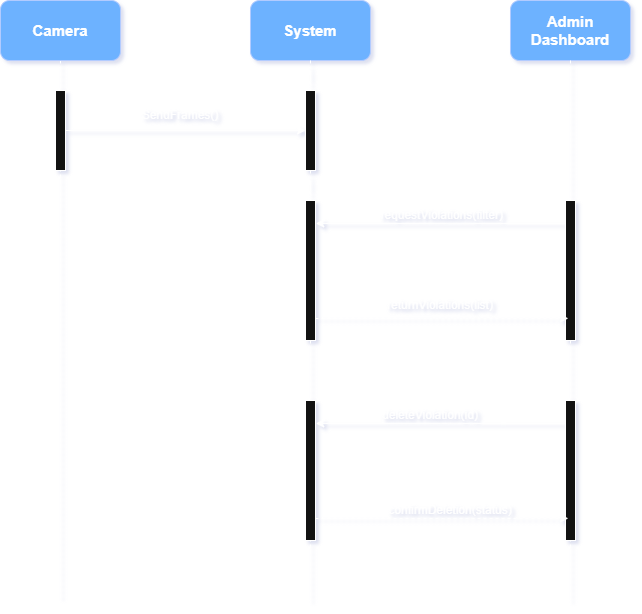
Earlier version of the draw.io export System Sequence Diagram SSD.png (safe-ride-AI/unsafe-passenger-detection). Source tidied: cells renumbered, new cells last; positions are measured from the earlier drawing's top-left corner, leaving out a move shared by most shapes. Source of this version:
```xml
<mxGraphModel>
  <root>
    <mxCell id="0" />
    <mxCell id="1" parent="0" />
    <mxCell id="2" style="edgeStyle=orthogonalEdgeStyle;rounded=0;jettySize=auto;html=1;dashed=1;endArrow=none;endFill=0;" parent="1" edge="1" source="3">
      <mxGeometry relative="1" as="geometry">
        <mxPoint x="60" y="600" as="targetPoint" />
      </mxGeometry>
    </mxCell>
    <mxCell id="3" value="&lt;b&gt;&lt;font style=&quot;color: light-dark(rgb(0, 0, 0), rgb(255, 255, 255)); font-size: 15px;&quot;&gt;Camera&lt;/font&gt;&lt;/b&gt;" style="rounded=1;whiteSpace=wrap;html=1;fillColor=#0050ef;fontColor=#ffffff;strokeColor=#001DBC;" parent="1" vertex="1">
      <mxGeometry width="120" height="60" as="geometry" />
    </mxCell>
    <mxCell id="4" value="&lt;b&gt;&lt;font style=&quot;color: light-dark(rgb(0, 0, 0), rgb(255, 255, 255)); font-size: 15px;&quot;&gt;System&lt;/font&gt;&lt;/b&gt;" style="rounded=1;whiteSpace=wrap;html=1;fillColor=#0050ef;fontColor=#ffffff;strokeColor=#001DBC;" parent="1" vertex="1">
      <mxGeometry x="250" width="120" height="60" as="geometry" />
    </mxCell>
    <mxCell id="5" style="edgeStyle=orthogonalEdgeStyle;rounded=0;jettySize=auto;html=1;dashed=1;endArrow=none;endFill=0;" parent="1" edge="1" source="16">
      <mxGeometry relative="1" as="geometry">
        <mxPoint x="310" y="600" as="targetPoint" />
      </mxGeometry>
    </mxCell>
    <mxCell id="6" value="&lt;b&gt;&lt;font style=&quot;color: light-dark(rgb(0, 0, 0), rgb(255, 255, 255)); font-size: 15px;&quot;&gt;Admin Dashboard&lt;/font&gt;&lt;/b&gt;" style="rounded=1;whiteSpace=wrap;html=1;fillColor=#0050ef;fontColor=#ffffff;strokeColor=#001DBC;" parent="1" vertex="1">
      <mxGeometry x="510" width="120" height="60" as="geometry" />
    </mxCell>
    <mxCell id="7" style="edgeStyle=orthogonalEdgeStyle;rounded=0;jettySize=auto;html=1;dashed=1;endArrow=none;endFill=0;" parent="1" edge="1" source="14">
      <mxGeometry relative="1" as="geometry">
        <mxPoint x="570" y="600" as="targetPoint" />
      </mxGeometry>
    </mxCell>
    <mxCell id="8" style="edgeStyle=orthogonalEdgeStyle;rounded=0;jettySize=auto;html=1;entryX=0;entryY=0.5;entryDx=0;entryDy=0;" parent="1" edge="1" source="9" target="11">
      <mxGeometry relative="1" as="geometry" />
    </mxCell>
    <mxCell id="9" style="rounded=0;whiteSpace=wrap;html=1;" parent="1" vertex="1">
      <mxGeometry x="55" y="90" width="10" height="80" as="geometry" />
    </mxCell>
    <mxCell id="10" style="edgeStyle=orthogonalEdgeStyle;rounded=0;jettySize=auto;html=1;dashed=1;endArrow=none;endFill=0;" parent="1" edge="1" source="4" target="11">
      <mxGeometry relative="1" as="geometry" />
    </mxCell>
    <mxCell id="11" style="rounded=0;whiteSpace=wrap;html=1;" parent="1" vertex="1">
      <mxGeometry x="305" y="90" width="10" height="80" as="geometry" />
    </mxCell>
    <mxCell id="12" value="SendFrames()" style="text;html=1;whiteSpace=wrap;strokeColor=none;fillColor=none;align=center;verticalAlign=middle;rounded=0;" parent="1" vertex="1">
      <mxGeometry x="150" y="100" width="60" height="30" as="geometry" />
    </mxCell>
    <mxCell id="13" style="edgeStyle=orthogonalEdgeStyle;rounded=0;jettySize=auto;html=1;dashed=1;endArrow=none;endFill=0;" parent="1" edge="1" source="6" target="14">
      <mxGeometry relative="1" as="geometry" />
    </mxCell>
    <mxCell id="14" style="rounded=0;whiteSpace=wrap;html=1;" parent="1" vertex="1">
      <mxGeometry x="565" y="200" width="10" height="140" as="geometry" />
    </mxCell>
    <mxCell id="15" style="edgeStyle=orthogonalEdgeStyle;rounded=0;jettySize=auto;html=1;dashed=1;endArrow=none;endFill=0;" parent="1" edge="1" source="11" target="16">
      <mxGeometry relative="1" as="geometry" />
    </mxCell>
    <mxCell id="16" style="rounded=0;whiteSpace=wrap;html=1;" parent="1" vertex="1">
      <mxGeometry x="305" y="200" width="10" height="140" as="geometry" />
    </mxCell>
    <mxCell id="17" style="edgeStyle=orthogonalEdgeStyle;rounded=0;jettySize=auto;html=1;entryX=1.029;entryY=0.164;entryDx=0;entryDy=0;entryPerimeter=0;" parent="1" edge="1" source="14" target="16">
      <mxGeometry relative="1" as="geometry">
        <Array as="points">
          <mxPoint x="500" y="223" />
          <mxPoint x="500" y="223" />
        </Array>
      </mxGeometry>
    </mxCell>
    <mxCell id="18" value="&amp;nbsp;requestViolations(filter)" style="text;html=1;whiteSpace=wrap;strokeColor=none;fillColor=none;align=center;verticalAlign=middle;rounded=0;" parent="1" vertex="1">
      <mxGeometry x="410" y="200" width="60" height="30" as="geometry" />
    </mxCell>
    <mxCell id="19" style="edgeStyle=orthogonalEdgeStyle;rounded=0;jettySize=auto;html=1;entryX=0.286;entryY=0.842;entryDx=0;entryDy=0;entryPerimeter=0;dashed=1;" parent="1" edge="1" source="16" target="14">
      <mxGeometry relative="1" as="geometry">
        <Array as="points">
          <mxPoint x="390" y="318" />
          <mxPoint x="390" y="318" />
        </Array>
      </mxGeometry>
    </mxCell>
    <mxCell id="20" value="returnViolations(list)" style="text;html=1;whiteSpace=wrap;strokeColor=none;fillColor=none;align=center;verticalAlign=middle;rounded=0;" parent="1" vertex="1">
      <mxGeometry x="410" y="290" width="60" height="30" as="geometry" />
    </mxCell>
    <mxCell id="21" style="rounded=0;whiteSpace=wrap;html=1;" parent="1" vertex="1">
      <mxGeometry x="565" y="400" width="10" height="140" as="geometry" />
    </mxCell>
    <mxCell id="22" style="rounded=0;whiteSpace=wrap;html=1;" parent="1" vertex="1">
      <mxGeometry x="305" y="400" width="10" height="140" as="geometry" />
    </mxCell>
    <mxCell id="23" style="edgeStyle=orthogonalEdgeStyle;rounded=0;jettySize=auto;html=1;entryX=1.029;entryY=0.164;entryDx=0;entryDy=0;entryPerimeter=0;" parent="1" edge="1" source="21" target="22">
      <mxGeometry relative="1" as="geometry">
        <Array as="points">
          <mxPoint x="500" y="423" />
          <mxPoint x="500" y="423" />
        </Array>
      </mxGeometry>
    </mxCell>
    <mxCell id="24" style="edgeStyle=orthogonalEdgeStyle;rounded=0;jettySize=auto;html=1;entryX=0.286;entryY=0.842;entryDx=0;entryDy=0;entryPerimeter=0;dashed=1;" parent="1" edge="1" source="22" target="21">
      <mxGeometry relative="1" as="geometry">
        <Array as="points">
          <mxPoint x="390" y="518" />
          <mxPoint x="390" y="518" />
        </Array>
      </mxGeometry>
    </mxCell>
    <mxCell id="25" value="deleteViolation(id)" style="text;html=1;whiteSpace=wrap;strokeColor=none;fillColor=none;align=center;verticalAlign=middle;rounded=0;" parent="1" vertex="1">
      <mxGeometry x="400" y="400" width="60" height="30" as="geometry" />
    </mxCell>
    <mxCell id="26" value="confirmDeletion(status)" style="text;html=1;whiteSpace=wrap;strokeColor=none;fillColor=none;align=center;verticalAlign=middle;rounded=0;" parent="1" vertex="1">
      <mxGeometry x="420" y="495" width="60" height="30" as="geometry" />
    </mxCell>
  </root>
</mxGraphModel>
```
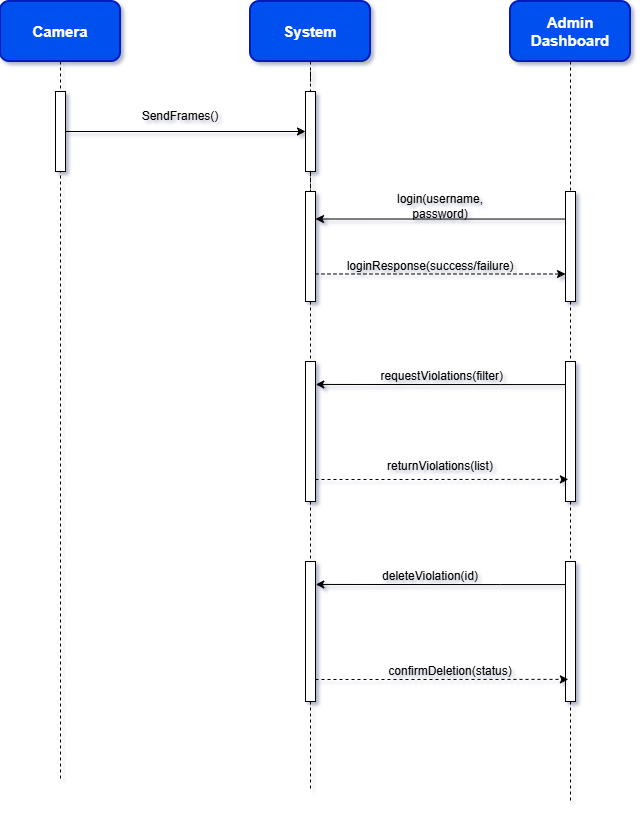
After the commit.

Commit message:
Functional Requirements Updated so Use Case Diagram Also Updated and also System Sequence Diagram SSD and also Sequence Diagram

What changed in the source:
```diff
@@ -2,58 +2,58 @@
   <root>
     <mxCell id="0" />
     <mxCell id="1" parent="0" />
-    <mxCell id="2" style="edgeStyle=orthogonalEdgeStyle;rounded=0;jettySize=auto;html=1;dashed=1;endArrow=none;endFill=0;" parent="1" edge="1" source="3">
+    <mxCell id="2" style="edgeStyle=orthogonalEdgeStyle;rounded=0;jettySize=auto;html=1;dashed=1;endArrow=none;endFill=0;strokeColor=light-dark(#000000,#000000);" parent="1" edge="1" source="3">
       <mxGeometry relative="1" as="geometry">
-        <mxPoint x="60" y="600" as="targetPoint" />
+        <mxPoint x="60" y="620" as="targetPoint" />
       </mxGeometry>
     </mxCell>
-    <mxCell id="3" value="&lt;b&gt;&lt;font style=&quot;color: light-dark(rgb(0, 0, 0), rgb(255, 255, 255)); font-size: 15px;&quot;&gt;Camera&lt;/font&gt;&lt;/b&gt;" style="rounded=1;whiteSpace=wrap;html=1;fillColor=#0050ef;fontColor=#ffffff;strokeColor=#001DBC;" parent="1" vertex="1">
-      <mxGeometry width="120" height="60" as="geometry" />
+    <mxCell id="3" value="&lt;b&gt;&lt;font style=&quot;font-size: 15px;&quot;&gt;Camera&lt;/font&gt;&lt;/b&gt;" style="rounded=1;whiteSpace=wrap;html=1;fillColor=light-dark(#0050EF,#CC99FF);fontColor=light-dark(#FFFFFF,#000000);strokeColor=light-dark(#001DBC,#9933FF);strokeWidth=2;" parent="1" vertex="1">
+      <mxGeometry y="-160" width="120" height="60" as="geometry" />
     </mxCell>
-    <mxCell id="4" value="&lt;b&gt;&lt;font style=&quot;color: light-dark(rgb(0, 0, 0), rgb(255, 255, 255)); font-size: 15px;&quot;&gt;System&lt;/font&gt;&lt;/b&gt;" style="rounded=1;whiteSpace=wrap;html=1;fillColor=#0050ef;fontColor=#ffffff;strokeColor=#001DBC;" parent="1" vertex="1">
-      <mxGeometry x="250" width="120" height="60" as="geometry" />
+    <mxCell id="4" value="&lt;b&gt;&lt;font style=&quot;font-size: 15px;&quot;&gt;System&lt;/font&gt;&lt;/b&gt;" style="rounded=1;whiteSpace=wrap;html=1;fillColor=light-dark(#0050EF,#CC99FF);fontColor=light-dark(#FFFFFF,#000000);strokeColor=light-dark(#001DBC,#9933FF);strokeWidth=2;" parent="1" vertex="1">
+      <mxGeometry x="250" y="-160" width="120" height="60" as="geometry" />
     </mxCell>
-    <mxCell id="5" style="edgeStyle=orthogonalEdgeStyle;rounded=0;jettySize=auto;html=1;dashed=1;endArrow=none;endFill=0;" parent="1" edge="1" source="16">
+    <mxCell id="5" style="edgeStyle=orthogonalEdgeStyle;rounded=0;jettySize=auto;html=1;dashed=1;endArrow=none;endFill=0;strokeColor=light-dark(#000000,#000000);" parent="1" edge="1" source="16">
       <mxGeometry relative="1" as="geometry">
-        <mxPoint x="310" y="600" as="targetPoint" />
+        <mxPoint x="310" y="440" as="targetPoint" />
       </mxGeometry>
     </mxCell>
-    <mxCell id="6" value="&lt;b&gt;&lt;font style=&quot;color: light-dark(rgb(0, 0, 0), rgb(255, 255, 255)); font-size: 15px;&quot;&gt;Admin Dashboard&lt;/font&gt;&lt;/b&gt;" style="rounded=1;whiteSpace=wrap;html=1;fillColor=#0050ef;fontColor=#ffffff;strokeColor=#001DBC;" parent="1" vertex="1">
-      <mxGeometry x="510" width="120" height="60" as="geometry" />
+    <mxCell id="6" value="&lt;b&gt;&lt;font style=&quot;font-size: 15px;&quot;&gt;Admin Dashboard&lt;/font&gt;&lt;/b&gt;" style="rounded=1;whiteSpace=wrap;html=1;fillColor=light-dark(#0050EF,#CC99FF);fontColor=light-dark(#FFFFFF,#000000);strokeColor=light-dark(#001DBC,#9933FF);strokeWidth=2;" parent="1" vertex="1">
+      <mxGeometry x="510" y="-160" width="120" height="60" as="geometry" />
     </mxCell>
-    <mxCell id="7" style="edgeStyle=orthogonalEdgeStyle;rounded=0;jettySize=auto;html=1;dashed=1;endArrow=none;endFill=0;" parent="1" edge="1" source="14">
+    <mxCell id="7" style="edgeStyle=orthogonalEdgeStyle;rounded=0;jettySize=auto;html=1;dashed=1;endArrow=none;endFill=0;strokeColor=light-dark(#000000,#000000);" parent="1" edge="1" source="14">
       <mxGeometry relative="1" as="geometry">
-        <mxPoint x="570" y="600" as="targetPoint" />
+        <mxPoint x="570" y="440" as="targetPoint" />
       </mxGeometry>
     </mxCell>
-    <mxCell id="8" style="edgeStyle=orthogonalEdgeStyle;rounded=0;jettySize=auto;html=1;entryX=0;entryY=0.5;entryDx=0;entryDy=0;" parent="1" edge="1" source="9" target="11">
+    <mxCell id="8" style="edgeStyle=orthogonalEdgeStyle;rounded=0;jettySize=auto;html=1;entryX=0;entryY=0.5;entryDx=0;entryDy=0;strokeColor=light-dark(#000000,#000000);" parent="1" edge="1" source="9" target="11">
       <mxGeometry relative="1" as="geometry" />
     </mxCell>
-    <mxCell id="9" style="rounded=0;whiteSpace=wrap;html=1;" parent="1" vertex="1">
-      <mxGeometry x="55" y="90" width="10" height="80" as="geometry" />
+    <mxCell id="9" style="rounded=0;whiteSpace=wrap;html=1;strokeColor=light-dark(#000000,#000000);" parent="1" vertex="1">
+      <mxGeometry x="55" y="-70" width="10" height="80" as="geometry" />
     </mxCell>
-    <mxCell id="10" style="edgeStyle=orthogonalEdgeStyle;rounded=0;jettySize=auto;html=1;dashed=1;endArrow=none;endFill=0;" parent="1" edge="1" source="4" target="11">
+    <mxCell id="10" style="edgeStyle=orthogonalEdgeStyle;rounded=0;jettySize=auto;html=1;dashed=1;endArrow=none;endFill=0;strokeColor=light-dark(#000000,#000000);" parent="1" edge="1" source="4" target="11">
       <mxGeometry relative="1" as="geometry" />
     </mxCell>
-    <mxCell id="11" style="rounded=0;whiteSpace=wrap;html=1;" parent="1" vertex="1">
-      <mxGeometry x="305" y="90" width="10" height="80" as="geometry" />
+    <mxCell id="11" style="rounded=0;whiteSpace=wrap;html=1;strokeColor=light-dark(#000000,#000000);" parent="1" vertex="1">
+      <mxGeometry x="305" y="-70" width="10" height="80" as="geometry" />
     </mxCell>
-    <mxCell id="12" value="SendFrames()" style="text;html=1;whiteSpace=wrap;strokeColor=none;fillColor=none;align=center;verticalAlign=middle;rounded=0;" parent="1" vertex="1">
-      <mxGeometry x="150" y="100" width="60" height="30" as="geometry" />
+    <mxCell id="12" value="SendFrames()" style="text;html=1;whiteSpace=wrap;strokeColor=none;fillColor=none;align=center;verticalAlign=middle;rounded=0;fontColor=light-dark(#000000,#000000);" parent="1" vertex="1">
+      <mxGeometry x="150" y="-60" width="60" height="30" as="geometry" />
     </mxCell>
-    <mxCell id="13" style="edgeStyle=orthogonalEdgeStyle;rounded=0;jettySize=auto;html=1;dashed=1;endArrow=none;endFill=0;" parent="1" edge="1" source="6" target="14">
+    <mxCell id="13" style="edgeStyle=orthogonalEdgeStyle;rounded=0;jettySize=auto;html=1;dashed=1;endArrow=none;endFill=0;strokeColor=light-dark(#000000,#000000);" parent="1" edge="1" source="31" target="14">
       <mxGeometry relative="1" as="geometry" />
     </mxCell>
-    <mxCell id="14" style="rounded=0;whiteSpace=wrap;html=1;" parent="1" vertex="1">
+    <mxCell id="14" style="rounded=0;whiteSpace=wrap;html=1;strokeColor=light-dark(#000000,#000000);" parent="1" vertex="1">
       <mxGeometry x="565" y="200" width="10" height="140" as="geometry" />
     </mxCell>
-    <mxCell id="15" style="edgeStyle=orthogonalEdgeStyle;rounded=0;jettySize=auto;html=1;dashed=1;endArrow=none;endFill=0;" parent="1" edge="1" source="11" target="16">
+    <mxCell id="15" style="edgeStyle=orthogonalEdgeStyle;rounded=0;jettySize=auto;html=1;dashed=1;endArrow=none;endFill=0;strokeColor=light-dark(#000000,#000000);" parent="1" edge="1" source="34" target="16">
       <mxGeometry relative="1" as="geometry" />
     </mxCell>
-    <mxCell id="16" style="rounded=0;whiteSpace=wrap;html=1;" parent="1" vertex="1">
+    <mxCell id="16" style="rounded=0;whiteSpace=wrap;html=1;strokeColor=light-dark(#000000,#000000);" parent="1" vertex="1">
       <mxGeometry x="305" y="200" width="10" height="140" as="geometry" />
     </mxCell>
-    <mxCell id="17" style="edgeStyle=orthogonalEdgeStyle;rounded=0;jettySize=auto;html=1;entryX=1.029;entryY=0.164;entryDx=0;entryDy=0;entryPerimeter=0;" parent="1" edge="1" source="14" target="16">
+    <mxCell id="17" style="edgeStyle=orthogonalEdgeStyle;rounded=0;jettySize=auto;html=1;entryX=1.029;entryY=0.164;entryDx=0;entryDy=0;entryPerimeter=0;strokeColor=light-dark(#000000,#000000);" parent="1" edge="1" source="14" target="16">
       <mxGeometry relative="1" as="geometry">
         <Array as="points">
           <mxPoint x="500" y="223" />
@@ -61,10 +61,10 @@
         </Array>
       </mxGeometry>
     </mxCell>
-    <mxCell id="18" value="&amp;nbsp;requestViolations(filter)" style="text;html=1;whiteSpace=wrap;strokeColor=none;fillColor=none;align=center;verticalAlign=middle;rounded=0;" parent="1" vertex="1">
+    <mxCell id="18" value="&amp;nbsp;requestViolations(filter)" style="text;html=1;whiteSpace=wrap;strokeColor=none;fillColor=none;align=center;verticalAlign=middle;rounded=0;fontColor=light-dark(#000000,#000000);" parent="1" vertex="1">
       <mxGeometry x="410" y="200" width="60" height="30" as="geometry" />
     </mxCell>
-    <mxCell id="19" style="edgeStyle=orthogonalEdgeStyle;rounded=0;jettySize=auto;html=1;entryX=0.286;entryY=0.842;entryDx=0;entryDy=0;entryPerimeter=0;dashed=1;" parent="1" edge="1" source="16" target="14">
+    <mxCell id="19" style="edgeStyle=orthogonalEdgeStyle;rounded=0;jettySize=auto;html=1;entryX=0.286;entryY=0.842;entryDx=0;entryDy=0;entryPerimeter=0;dashed=1;strokeColor=light-dark(#000000,#000000);" parent="1" edge="1" source="16" target="14">
       <mxGeometry relative="1" as="geometry">
         <Array as="points">
           <mxPoint x="390" y="318" />
@@ -72,16 +72,26 @@
         </Array>
       </mxGeometry>
     </mxCell>
-    <mxCell id="20" value="returnViolations(list)" style="text;html=1;whiteSpace=wrap;strokeColor=none;fillColor=none;align=center;verticalAlign=middle;rounded=0;" parent="1" vertex="1">
+    <mxCell id="20" value="returnViolations(list)" style="text;html=1;whiteSpace=wrap;strokeColor=none;fillColor=none;align=center;verticalAlign=middle;rounded=0;fontColor=light-dark(#000000,#000000);" parent="1" vertex="1">
       <mxGeometry x="410" y="290" width="60" height="30" as="geometry" />
     </mxCell>
+    <mxCell id="27" style="edgeStyle=orthogonalEdgeStyle;rounded=0;jettySize=auto;html=1;dashed=1;endArrow=none;endFill=0;strokeColor=light-dark(#000000,#000000);" parent="1" edge="1" source="21">
+      <mxGeometry relative="1" as="geometry">
+        <mxPoint x="570" y="640" as="targetPoint" />
+      </mxGeometry>
+    </mxCell>
-    <mxCell id="21" style="rounded=0;whiteSpace=wrap;html=1;" parent="1" vertex="1">
+    <mxCell id="21" style="rounded=0;whiteSpace=wrap;html=1;strokeColor=light-dark(#000000,#000000);" parent="1" vertex="1">
       <mxGeometry x="565" y="400" width="10" height="140" as="geometry" />
     </mxCell>
+    <mxCell id="28" style="edgeStyle=orthogonalEdgeStyle;rounded=0;jettySize=auto;html=1;dashed=1;endArrow=none;endFill=0;strokeColor=light-dark(#000000,#000000);" parent="1" edge="1" source="22">
+      <mxGeometry relative="1" as="geometry">
+        <mxPoint x="310" y="630" as="targetPoint" />
+      </mxGeometry>
+    </mxCell>
-    <mxCell id="22" style="rounded=0;whiteSpace=wrap;html=1;" parent="1" vertex="1">
+    <mxCell id="22" style="rounded=0;whiteSpace=wrap;html=1;strokeColor=light-dark(#000000,#000000);" parent="1" vertex="1">
       <mxGeometry x="305" y="400" width="10" height="140" as="geometry" />
     </mxCell>
-    <mxCell id="23" style="edgeStyle=orthogonalEdgeStyle;rounded=0;jettySize=auto;html=1;entryX=1.029;entryY=0.164;entryDx=0;entryDy=0;entryPerimeter=0;" parent="1" edge="1" source="21" target="22">
+    <mxCell id="23" style="edgeStyle=orthogonalEdgeStyle;rounded=0;jettySize=auto;html=1;entryX=1.029;entryY=0.164;entryDx=0;entryDy=0;entryPerimeter=0;strokeColor=light-dark(#000000,#000000);" parent="1" edge="1" source="21" target="22">
       <mxGeometry relative="1" as="geometry">
         <Array as="points">
           <mxPoint x="500" y="423" />
@@ -89,7 +99,7 @@
         </Array>
       </mxGeometry>
     </mxCell>
-    <mxCell id="24" style="edgeStyle=orthogonalEdgeStyle;rounded=0;jettySize=auto;html=1;entryX=0.286;entryY=0.842;entryDx=0;entryDy=0;entryPerimeter=0;dashed=1;" parent="1" edge="1" source="22" target="21">
+    <mxCell id="24" style="edgeStyle=orthogonalEdgeStyle;rounded=0;jettySize=auto;html=1;entryX=0.286;entryY=0.842;entryDx=0;entryDy=0;entryPerimeter=0;dashed=1;strokeColor=light-dark(#000000,#000000);" parent="1" edge="1" source="22" target="21">
       <mxGeometry relative="1" as="geometry">
         <Array as="points">
           <mxPoint x="390" y="518" />
@@ -97,11 +107,43 @@
         </Array>
       </mxGeometry>
     </mxCell>
-    <mxCell id="25" value="deleteViolation(id)" style="text;html=1;whiteSpace=wrap;strokeColor=none;fillColor=none;align=center;verticalAlign=middle;rounded=0;" parent="1" vertex="1">
+    <mxCell id="25" value="deleteViolation(id)" style="text;html=1;whiteSpace=wrap;strokeColor=none;fillColor=none;align=center;verticalAlign=middle;rounded=0;fontColor=light-dark(#000000,#000000);" parent="1" vertex="1">
       <mxGeometry x="400" y="400" width="60" height="30" as="geometry" />
     </mxCell>
-    <mxCell id="26" value="confirmDeletion(status)" style="text;html=1;whiteSpace=wrap;strokeColor=none;fillColor=none;align=center;verticalAlign=middle;rounded=0;" parent="1" vertex="1">
+    <mxCell id="26" value="confirmDeletion(status)" style="text;html=1;whiteSpace=wrap;strokeColor=none;fillColor=none;align=center;verticalAlign=middle;rounded=0;fontColor=light-dark(#000000,#000000);" parent="1" vertex="1">
       <mxGeometry x="420" y="495" width="60" height="30" as="geometry" />
     </mxCell>
+    <mxCell id="29" style="edgeStyle=orthogonalEdgeStyle;rounded=0;jettySize=auto;html=1;dashed=1;endArrow=none;endFill=0;strokeColor=light-dark(#000000,#000000);" parent="1" edge="1" source="6" target="31">
+      <mxGeometry relative="1" as="geometry" />
+    </mxCell>
+    <mxCell id="30" style="edgeStyle=orthogonalEdgeStyle;rounded=0;jettySize=auto;html=1;entryX=1;entryY=0.25;entryDx=0;entryDy=0;strokeColor=light-dark(#000000,#000000);" parent="1" edge="1" source="31" target="34">
+      <mxGeometry relative="1" as="geometry">
+        <Array as="points">
+          <mxPoint x="440" y="58" />
+        </Array>
+      </mxGeometry>
+    </mxCell>
+    <mxCell id="31" style="rounded=0;whiteSpace=wrap;html=1;strokeColor=light-dark(#000000,#000000);" parent="1" vertex="1">
+      <mxGeometry x="565" y="30" width="10" height="110" as="geometry" />
+    </mxCell>
+    <mxCell id="32" style="edgeStyle=orthogonalEdgeStyle;rounded=0;jettySize=auto;html=1;dashed=1;endArrow=none;endFill=0;strokeColor=light-dark(#000000,#000000);" parent="1" edge="1" source="11" target="34">
+      <mxGeometry relative="1" as="geometry" />
+    </mxCell>
+    <mxCell id="33" style="edgeStyle=orthogonalEdgeStyle;rounded=0;jettySize=auto;html=1;entryX=0;entryY=0.75;entryDx=0;entryDy=0;dashed=1;strokeColor=light-dark(#000000,#000000);" parent="1" edge="1" source="34" target="31">
+      <mxGeometry relative="1" as="geometry">
+        <Array as="points">
+          <mxPoint x="440" y="113" />
+        </Array>
+      </mxGeometry>
+    </mxCell>
+    <mxCell id="34" style="rounded=0;whiteSpace=wrap;html=1;strokeColor=light-dark(#000000,#000000);" parent="1" vertex="1">
+      <mxGeometry x="305" y="30" width="10" height="110" as="geometry" />
+    </mxCell>
+    <mxCell id="35" value="login(username, password)" style="text;html=1;whiteSpace=wrap;strokeColor=none;fillColor=none;align=center;verticalAlign=middle;rounded=0;fontColor=light-dark(#000000,#000000);" parent="1" vertex="1">
+      <mxGeometry x="385" y="30" width="110" height="30" as="geometry" />
+    </mxCell>
+    <mxCell id="36" value="loginResponse(success/failure)" style="text;html=1;whiteSpace=wrap;strokeColor=none;fillColor=none;align=center;verticalAlign=middle;rounded=0;fontColor=light-dark(#000000,#000000);" parent="1" vertex="1">
+      <mxGeometry x="400" y="90" width="60" height="30" as="geometry" />
+    </mxCell>
   </root>
 </mxGraphModel>
```
